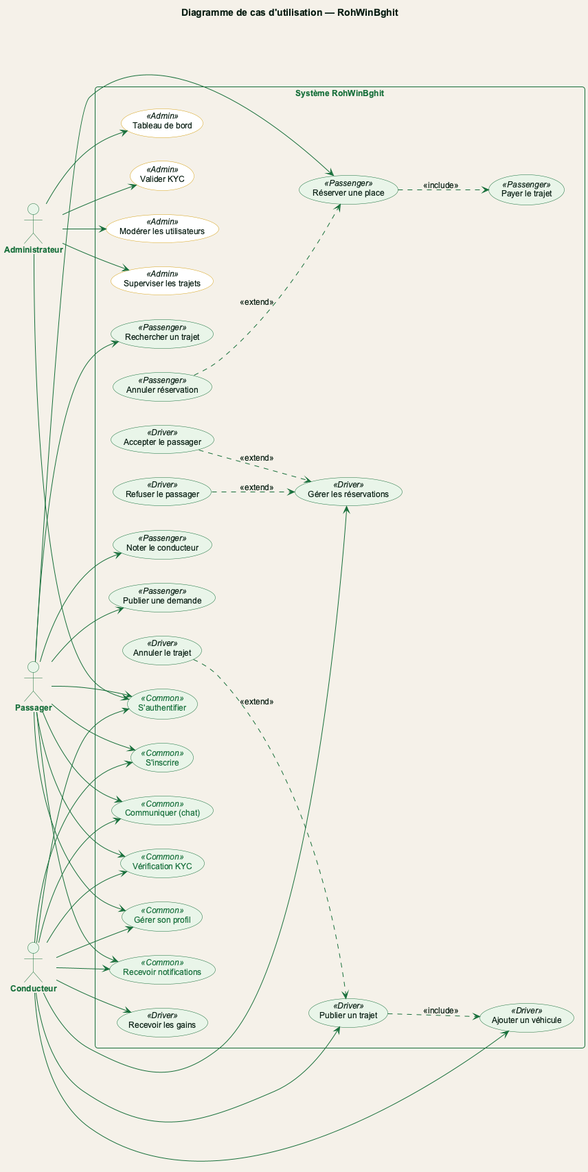
Before: figures/fig_use_case.png, a diagram exported from PlantUML (Belhormamohamed13/Memiore_RohWinBghit). Its source is kept beside it as plantuml/fig_use_case.puml.
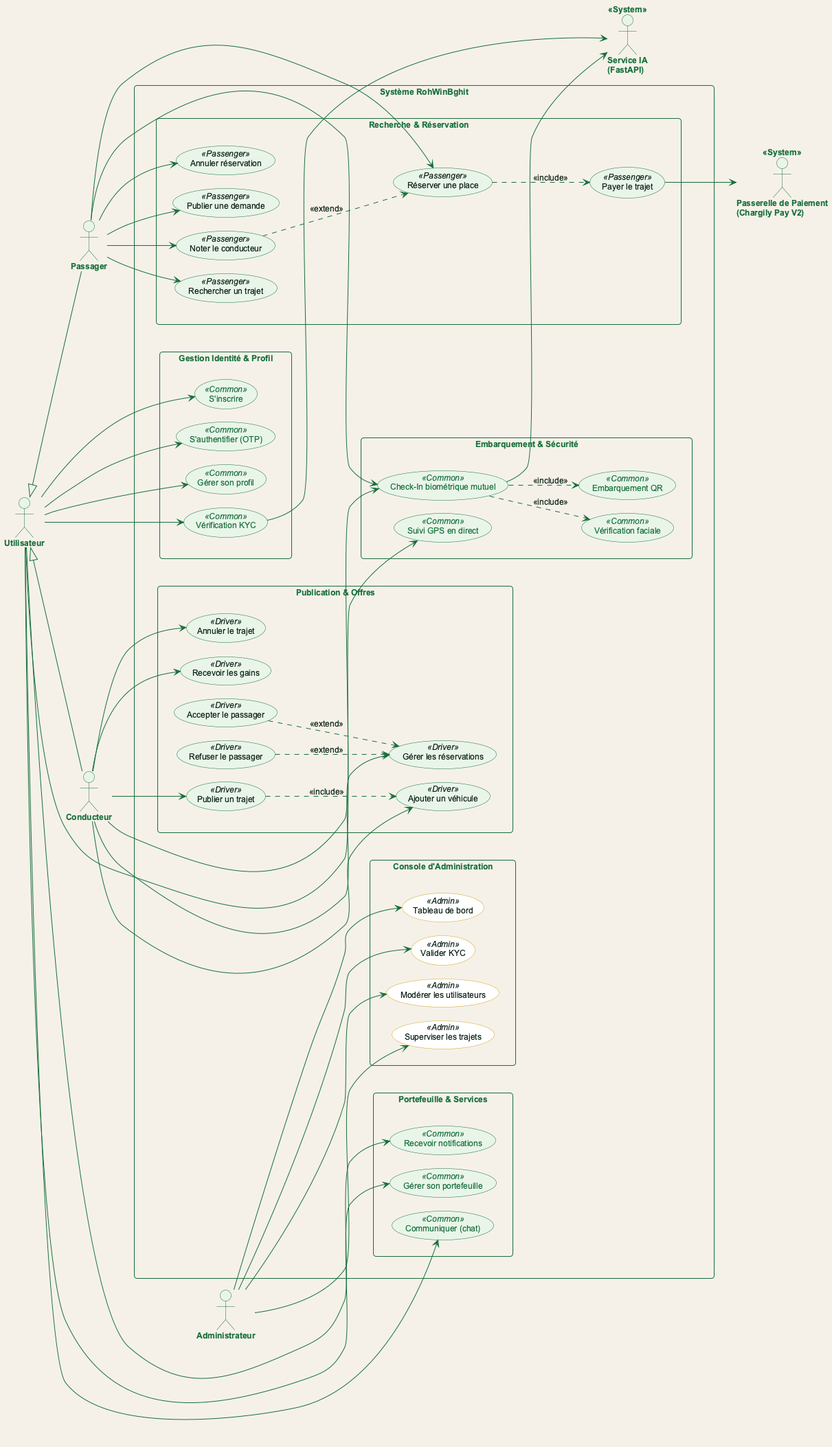
After the commit.

The edit, as a diff of the source:
```diff
@@ -2,66 +2,96 @@
 !include theme_rohwinbghit.puml
 
 left to right direction
-title Diagramme de cas d'utilisation — RohWinBghit
+skinparam nodesep 20
+skinparam ranksep 30
 
+actor "Utilisateur" as Usr
 actor "Passager" as Pax
 actor "Conducteur" as Drv
 actor "Administrateur" as Adm
 
+actor "Service IA\n(FastAPI)" as AIS <<System>>
+actor "Passerelle de Paiement\n(Chargily Pay V2)" as PayGateway <<System>>
+
+Usr <|-- Pax
+Usr <|-- Drv
+
+Usr -[hidden]right-> Pax
+Pax -[hidden]right-> Drv
+Drv -[hidden]right-> Adm
 
 rectangle "Système RohWinBghit" {
 
-  usecase "S'inscrire" as UC_Register <<Common>>
-  usecase "S'authentifier" as UC_Auth <<Common>>
-  usecase "Vérification KYC" as UC_KYC <<Common>>
-  usecase "Gérer son profil" as UC_Profile <<Common>>
-  usecase "Recevoir notifications" as UC_Notif <<Common>>
-  usecase "Communiquer (chat)" as UC_Chat <<Common>>
+  rectangle "Gestion Identité & Profil" as Core {
+    usecase "S'inscrire" as UC_Register <<Common>>
+    usecase "S'authentifier (OTP)" as UC_Auth <<Common>>
+    usecase "Gérer son profil" as UC_Profile <<Common>>
+    usecase "Vérification KYC" as UC_KYC <<Common>>
+  }
 
-  usecase "Rechercher un trajet" as UC_Search <<Passenger>>
-  usecase "Réserver une place" as UC_Book <<Passenger>>
-  usecase "Payer le trajet" as UC_Pay <<Passenger>>
-  usecase "Annuler réservation" as UC_CancelBook <<Passenger>>
-  usecase "Publier une demande" as UC_Request <<Passenger>>
-  usecase "Noter le conducteur" as UC_Review <<Passenger>>
+  rectangle "Recherche & Réservation" as BookingGroup {
+    usecase "Rechercher un trajet" as UC_Search <<Passenger>>
+    usecase "Réserver une place" as UC_Book <<Passenger>>
+    usecase "Payer le trajet" as UC_Pay <<Passenger>>
+    usecase "Annuler réservation" as UC_CancelBook <<Passenger>>
+    usecase "Publier une demande" as UC_Request <<Passenger>>
+    usecase "Noter le conducteur" as UC_Review <<Passenger>>
+  }
 
-  usecase "Ajouter un véhicule" as UC_AddVehicle <<Driver>>
-  usecase "Publier un trajet" as UC_Publish <<Driver>>
-  usecase "Gérer les réservations" as UC_Manage <<Driver>>
-  usecase "Accepter le passager" as UC_Accept <<Driver>>
-  usecase "Refuser le passager" as UC_Reject <<Driver>>
-  usecase "Annuler le trajet" as UC_CancelTrip <<Driver>>
-  usecase "Recevoir les gains" as UC_Earn <<Driver>>
+  rectangle "Publication & Offres" as PublishGroup {
+    usecase "Ajouter un véhicule" as UC_AddVehicle <<Driver>>
+    usecase "Publier un trajet" as UC_Publish <<Driver>>
+    usecase "Gérer les réservations" as UC_Manage <<Driver>>
+    usecase "Accepter le passager" as UC_Accept <<Driver>>
+    usecase "Refuser le passager" as UC_Reject <<Driver>>
+    usecase "Annuler le trajet" as UC_CancelTrip <<Driver>>
+    usecase "Recevoir les gains" as UC_Earn <<Driver>>
+  }
 
-  usecase "Tableau de bord" as UC_AdminDash <<Admin>>
-  usecase "Valider KYC" as UC_AdminKyc <<Admin>>
-  usecase "Modérer les utilisateurs" as UC_AdminUsers <<Admin>>
-  usecase "Superviser les trajets" as UC_AdminTrips <<Admin>>
+  rectangle "Embarquement & Sécurité" as SecurityGroup {
+    usecase "Check-In biométrique mutuel" as UC_Checkin <<Common>>
+    usecase "Embarquement QR" as UC_QrBoarding <<Common>>
+    usecase "Vérification faciale" as UC_FacialVerification <<Common>>
+    usecase "Suivi GPS en direct" as UC_GpsTracking <<Common>>
+  }
+
+  rectangle "Portefeuille & Services" as ServiceGroup {
+    usecase "Gérer son portefeuille" as UC_Wallet <<Common>>
+    usecase "Communiquer (chat)" as UC_Chat <<Common>>
+    usecase "Recevoir notifications" as UC_Notif <<Common>>
+  }
+
+  rectangle "Console d'Administration" as AdminGroup {
+    usecase "Tableau de bord" as UC_AdminDash <<Admin>>
+    usecase "Valider KYC" as UC_AdminKyc <<Admin>>
+    usecase "Modérer les utilisateurs" as UC_AdminUsers <<Admin>>
+    usecase "Superviser les trajets" as UC_AdminTrips <<Admin>>
+  }
 }
 
-Pax --> UC_Register
-Pax --> UC_Auth
-Pax --> UC_KYC
-Pax --> UC_Profile
-Pax --> UC_Notif
-Pax --> UC_Chat
+Usr --> UC_Register
+Usr --> UC_Auth
+Usr --> UC_Profile
+Usr --> UC_KYC
+Usr --> UC_Notif
+Usr --> UC_Chat
+Usr --> UC_Wallet
+Usr --> UC_GpsTracking
+
 Pax --> UC_Search
 Pax --> UC_Book
+Pax --> UC_CancelBook
 Pax --> UC_Request
 Pax --> UC_Review
+Pax --> UC_Checkin
 
-Drv --> UC_Register
-Drv --> UC_Auth
-Drv --> UC_KYC
-Drv --> UC_Profile
-Drv --> UC_Notif
-Drv --> UC_Chat
 Drv --> UC_AddVehicle
 Drv --> UC_Publish
 Drv --> UC_Manage
+Drv --> UC_CancelTrip
 Drv --> UC_Earn
+Drv --> UC_Checkin
 
-Adm --> UC_Auth
 Adm --> UC_AdminDash
 Adm --> UC_AdminKyc
 Adm --> UC_AdminUsers
@@ -69,10 +99,21 @@
 
 UC_Book ..> UC_Pay : <<include>>
 UC_Publish ..> UC_AddVehicle : <<include>>
+UC_Checkin ..> UC_QrBoarding : <<include>>
+UC_Checkin ..> UC_FacialVerification : <<include>>
 
-UC_CancelBook ..> UC_Book : <<extend>>
+UC_Review ..> UC_Book : <<extend>>
 UC_Accept ..> UC_Manage : <<extend>>
 UC_Reject ..> UC_Manage : <<extend>>
-UC_CancelTrip ..> UC_Publish : <<extend>>
+
+UC_KYC --> AIS
+UC_Checkin --> AIS
+UC_Pay --> PayGateway
+
+Core -[hidden]right-> BookingGroup
+BookingGroup -[hidden]right-> PublishGroup
+Core -[hidden]down-> SecurityGroup
+BookingGroup -[hidden]down-> ServiceGroup
+PublishGroup -[hidden]down-> AdminGroup
 
 @enduml
```
